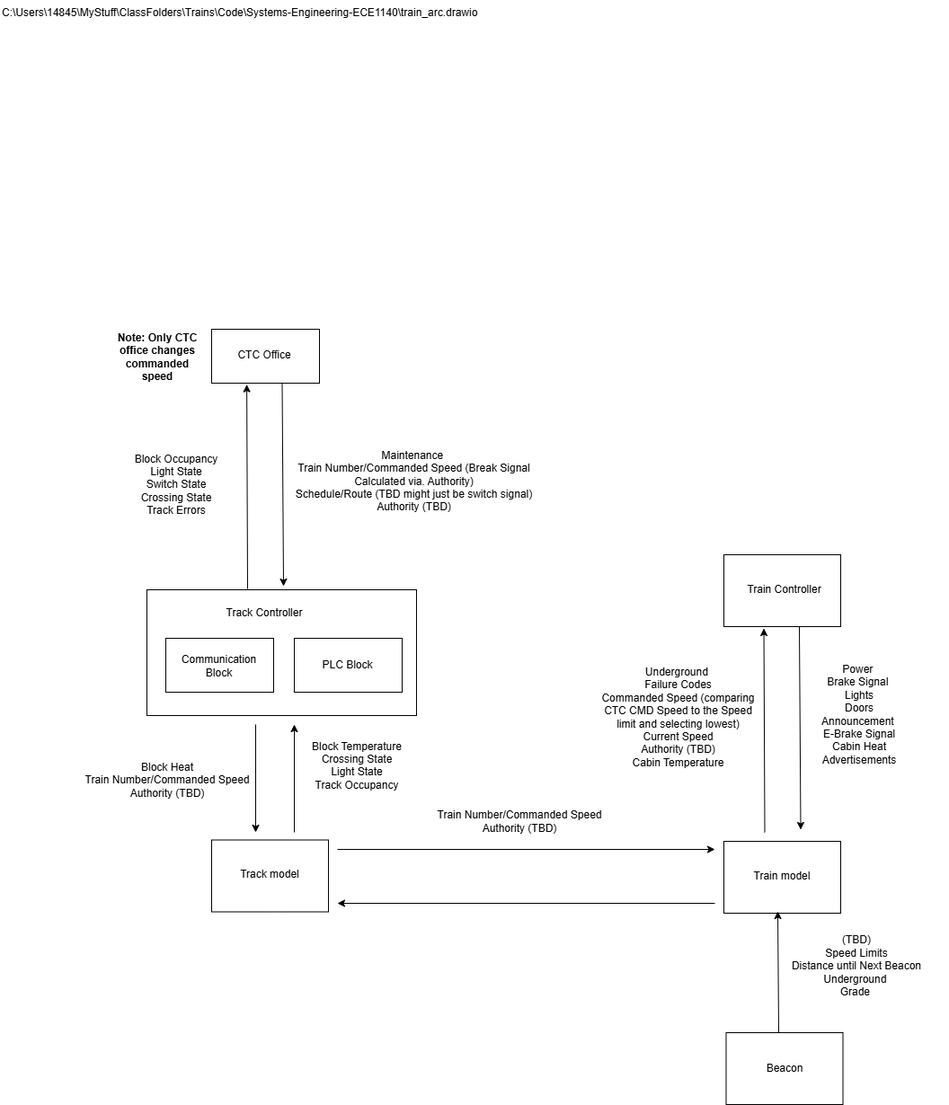
Earlier version of the draw.io export Architecture_Group3.drawio.png (lao57/Systems-Engineering-ECE1140). Source tidied: cells renumbered, new cells last; positions are measured from the earlier drawing's top-left corner, leaving out a move shared by most shapes.
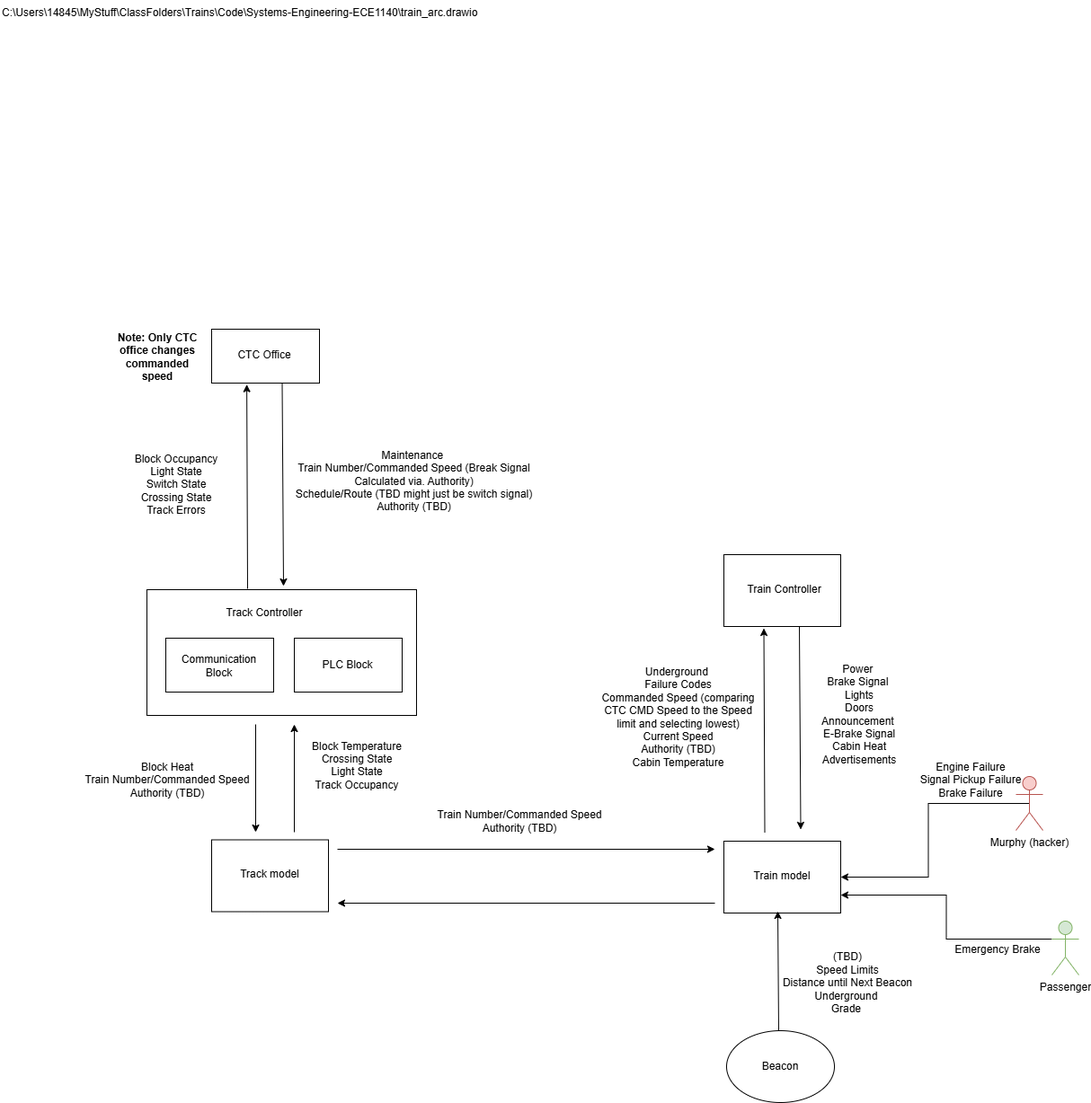
Later version of the same file.

Commit message:
Added to train model in drawio

Diff of the diagram source:
```diff
@@ -2,6 +2,9 @@
   <root>
     <mxCell id="0" />
     <mxCell id="1" parent="0" />
+    <mxCell id="36" value="&lt;div&gt;Emergency Brake&lt;/div&gt;&lt;div&gt;&lt;br&gt;&lt;/div&gt;" style="text;html=1;align=center;verticalAlign=middle;whiteSpace=wrap;rounded=0;rotation=0;" parent="1" vertex="1">
+      <mxGeometry x="1050" y="1052" width="120" height="23" as="geometry" />
+    </mxCell>
     <mxCell id="2" value="C:\Users\14845\MyStuff\ClassFolders\Trains\Code\Systems-Engineering-ECE1140\train_arc.drawio" style="text;whiteSpace=wrap;html=1;" parent="1" vertex="1">
       <mxGeometry width="550" height="51" as="geometry" />
     </mxCell>
@@ -83,7 +86,7 @@
       <mxGeometry x="469" y="855" width="218" height="117" as="geometry" />
     </mxCell>
     <mxCell id="23" value="&lt;div&gt;(TBD)&lt;/div&gt;Speed Limits&lt;div&gt;Distance until Next Beacon&lt;/div&gt;&lt;div&gt;Underground&amp;nbsp;&lt;/div&gt;&lt;div&gt;Grade&amp;nbsp;&lt;/div&gt;&lt;div&gt;&lt;br&gt;&lt;/div&gt;" style="text;html=1;align=center;verticalAlign=middle;whiteSpace=wrap;rounded=0;" parent="1" vertex="1">
-      <mxGeometry x="850" y="1023" width="206" height="117" as="geometry" />
+      <mxGeometry x="840" y="1042" width="206" height="117" as="geometry" />
     </mxCell>
     <mxCell id="24" style="endArrow=classic;html=1;rounded=0;" parent="1" edge="1">
       <mxGeometry relative="1" as="geometry">
@@ -121,14 +124,29 @@
     <mxCell id="33" value="Block Heat&#10;Train Number/Commanded Speed&#10;Authority (TBD)&#10;" style="text;whiteSpace=wrap;align=center;" parent="1" vertex="1">
       <mxGeometry x="79" y="840" width="214" height="132" as="geometry" />
     </mxCell>
+    <mxCell id="35" style="endArrow=classic;html=1;rounded=0;" parent="1" edge="1">
+      <mxGeometry relative="1" as="geometry">
+        <mxPoint x="866" y="1149" as="sourcePoint" />
+        <mxPoint x="865" y="1014" as="targetPoint" />
+      </mxGeometry>
+    </mxCell>
-    <mxCell id="34" value="Beacon" style="rounded=0;whiteSpace=wrap;html=1;" parent="1" vertex="1">
-      <mxGeometry x="807.5" y="1149" width="130" height="80" as="geometry" />
+    <mxCell id="34" value="Beacon" style="ellipse;whiteSpace=wrap;html=1;" parent="1" vertex="1">
+      <mxGeometry x="808" y="1147" width="120" height="80" as="geometry" />
     </mxCell>
-    <mxCell id="35" style="endArrow=classic;html=1;rounded=0;" parent="1" edge="1">
-      <mxGeometry relative="1" as="geometry">
-        <mxPoint x="866" y="1149" as="sourcePoint" />
-        <mxPoint x="865" y="1014" as="targetPoint" />
-      </mxGeometry>
-    </mxCell>
+    <mxCell id="37" style="edgeStyle=orthogonalEdgeStyle;rounded=0;jettySize=auto;html=1;exitX=0.5;exitY=0.5;exitDx=0;exitDy=0;exitPerimeter=0;entryX=1;entryY=0.5;entryDx=0;entryDy=0;" parent="1" edge="1" source="38" target="16">
+      <mxGeometry relative="1" as="geometry" />
+    </mxCell>
+    <mxCell id="38" value="Murphy (hacker)" style="shape=umlActor;verticalLabelPosition=bottom;verticalAlign=top;html=1;outlineConnect=0;fillColor=#f8cecc;strokeColor=#b85450;" parent="1" vertex="1">
+      <mxGeometry x="1130" y="864" width="30" height="60" as="geometry" />
+    </mxCell>
+    <mxCell id="39" style="edgeStyle=orthogonalEdgeStyle;rounded=0;jettySize=auto;html=1;exitX=0;exitY=0.3333333333333333;exitDx=0;exitDy=0;exitPerimeter=0;entryX=1;entryY=0.75;entryDx=0;entryDy=0;" parent="1" edge="1" source="40" target="16">
+      <mxGeometry relative="1" as="geometry" />
+    </mxCell>
+    <mxCell id="40" value="Passenger" style="shape=umlActor;verticalLabelPosition=bottom;verticalAlign=top;html=1;outlineConnect=0;fillColor=#d5e8d4;strokeColor=#82b366;" parent="1" vertex="1">
+      <mxGeometry x="1170" y="1025" width="30" height="60" as="geometry" />
+    </mxCell>
+    <mxCell id="41" value="&lt;div&gt;Engine Failure&lt;/div&gt;&lt;div&gt;Signal Pickup Failure&lt;/div&gt;&lt;div&gt;Brake Failure&lt;/div&gt;" style="text;html=1;align=center;verticalAlign=middle;whiteSpace=wrap;rounded=0;" parent="1" vertex="1">
+      <mxGeometry x="1021" y="837" width="118" height="61" as="geometry" />
+    </mxCell>
   </root>
 </mxGraphModel>
```
